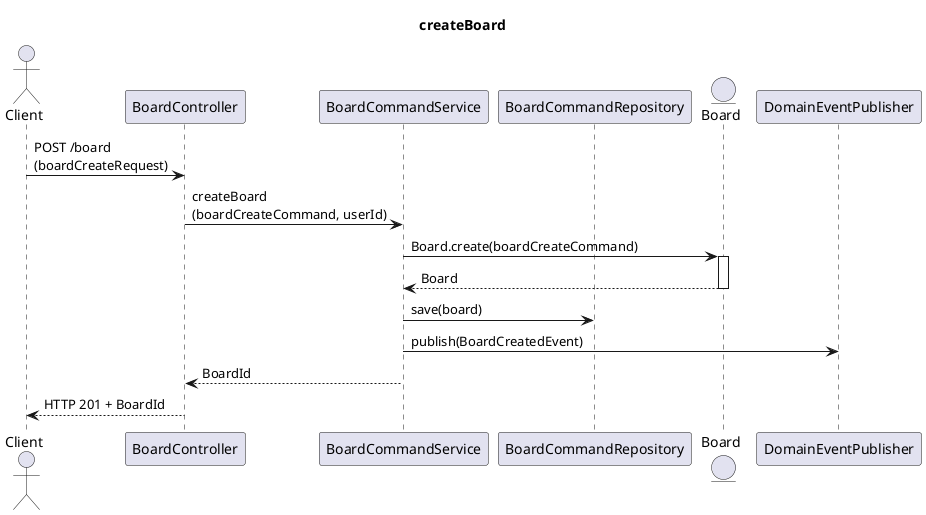
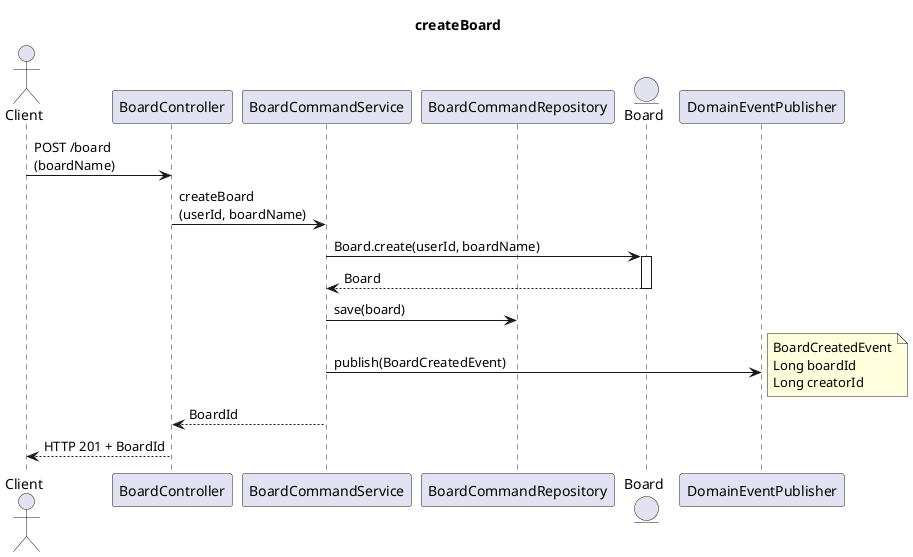
@startuml
title createBoard

actor Client
participant BoardController
participant BoardCommandService
participant BoardCommandRepository
Entity Board
participant DomainEventPublisher


- Client -> BoardController : POST /board \n(boardCreateRequest)
+ Client -> BoardController : POST /board \n(boardName)

- BoardController -> BoardCommandService : createBoard \n(boardCreateCommand, userId)
+ BoardController -> BoardCommandService : createBoard \n(userId, boardName)

- BoardCommandService -> Board : Board.create(boardCreateCommand)
+ BoardCommandService -> Board : Board.create(userId, boardName)

activate Board
Board --> BoardCommandService : Board
deactivate Board

BoardCommandService -> BoardCommandRepository : save(board)

BoardCommandService -> DomainEventPublisher : publish(BoardCreatedEvent)
+ note right
+ BoardCreatedEvent
+ Long boardId
+ Long creatorId
+ end note

BoardCommandService --> BoardController : BoardId
BoardController --> Client : HTTP 201 + BoardId
@enduml